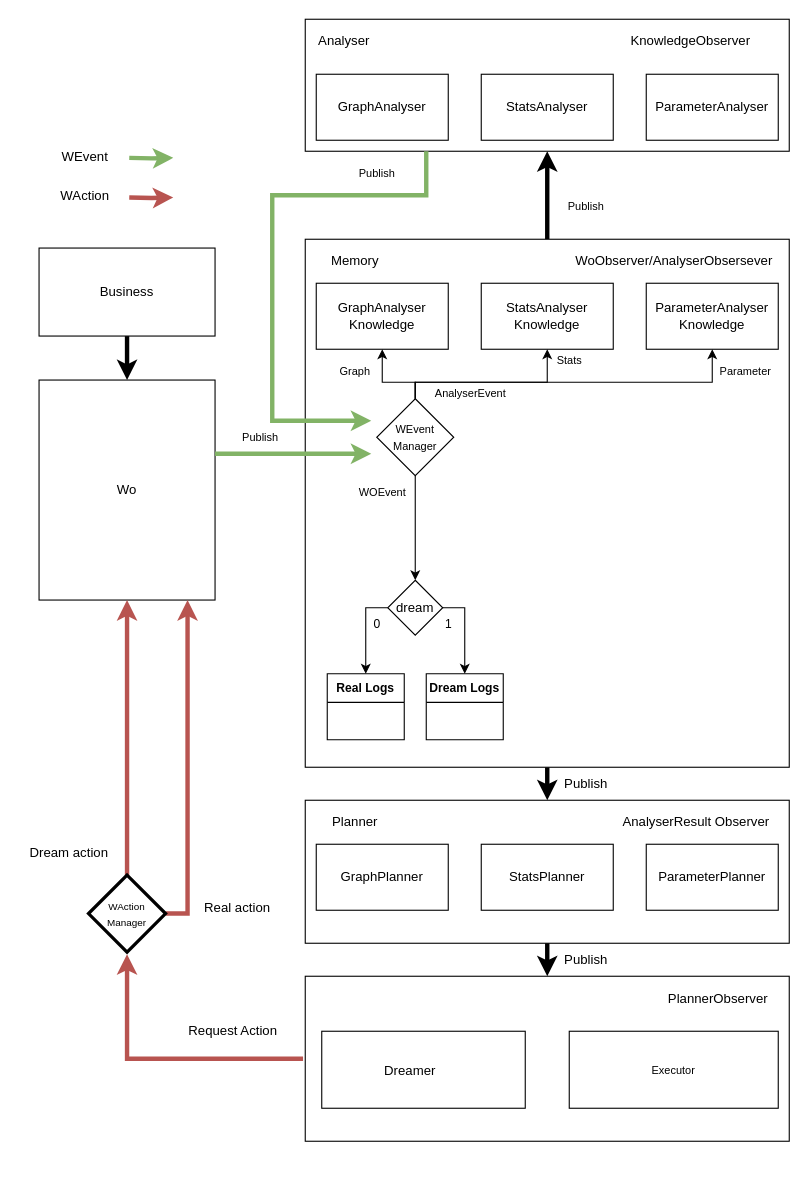
Sylv-Lej/thesis-separation-concerns keeps this draw.io diagram as fig/drawio/meta_model.drawio. Above is the earlier version. Source tidied: cells renumbered, new cells numbered last; positions are measured from the earlier drawing's top-left corner, leaving out a move shared by most shapes. Both pictures are drawn from the tidied source at 110%, with x=0, y=0 at pixel (19, 19).
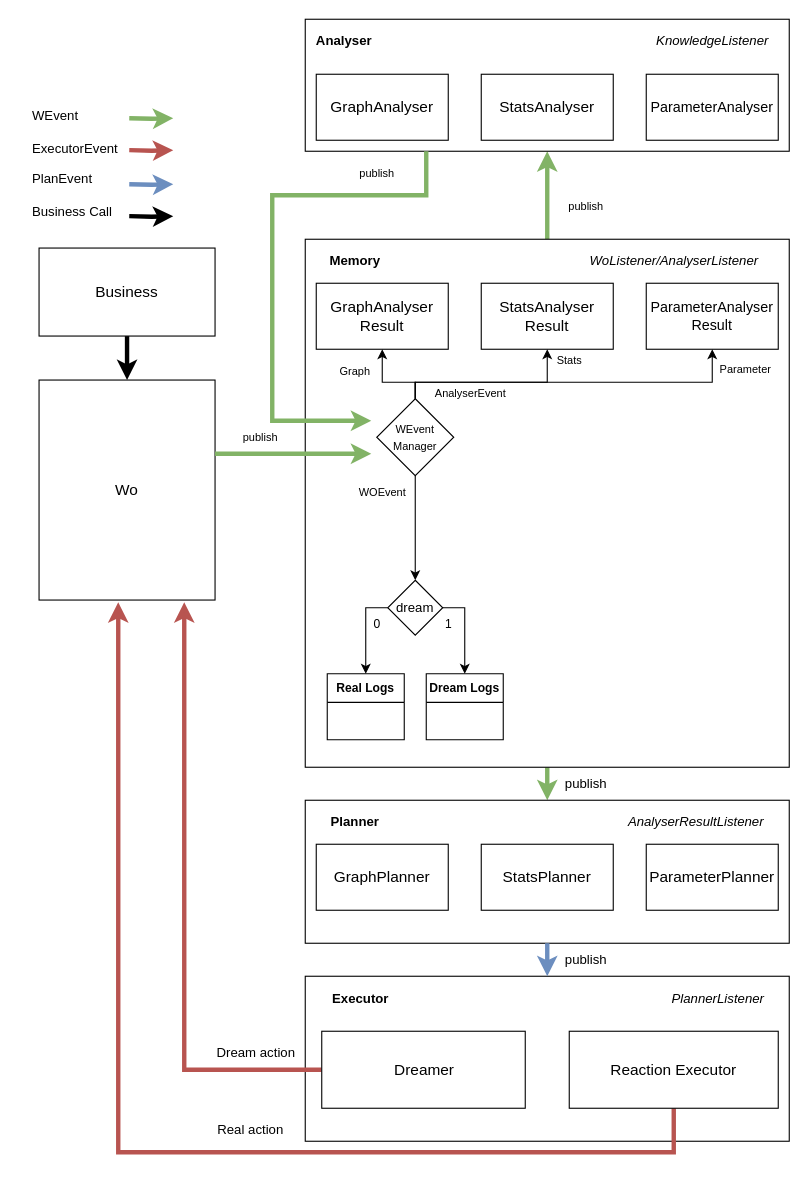
The same page after the edit.

Unchanged cells that the change refers to:
```xml
<mxCell id="8" style="rounded=0;whiteSpace=wrap;html=1;" parent="1" vertex="1">
  <mxGeometry x="260" y="200" width="440" height="480" as="geometry" />
</mxCell>
<mxCell id="10" style="rounded=0;whiteSpace=wrap;html=1;" parent="1" vertex="1">
  <mxGeometry x="260" width="440" height="120" as="geometry" />
</mxCell>
<mxCell id="47" style="rounded=0;whiteSpace=wrap;html=1;fontSize=10;" parent="1" vertex="1">
  <mxGeometry x="260" y="710" width="440" height="130" as="geometry" />
</mxCell>
<mxCell id="63" style="group;" parent="1" vertex="1">
  <mxGeometry x="275" y="920" width="185" height="70" as="geometry" />
</mxCell>
<mxCell id="64" style="rounded=0;whiteSpace=wrap;html=1;fontSize=10;" parent="63" vertex="1">
  <mxGeometry width="185" height="70" as="geometry" />
</mxCell>
```

What changed in the source:
```diff
@@
-    <mxCell id="3" value="Wo" style="rounded=0;whiteSpace=wrap;html=1;" parent="1" vertex="1">
+    <mxCell id="3" value="&lt;font style=&quot;font-size: 14px&quot;&gt;Wo&lt;/font&gt;" style="rounded=0;whiteSpace=wrap;html=1;" parent="1" vertex="1">
       <mxGeometry x="18" y="328" width="160" height="200" as="geometry" />
     </mxCell>
@@
-    <mxCell id="5" value="Business" style="rounded=0;whiteSpace=wrap;html=1;" parent="1" vertex="1">
+    <mxCell id="5" value="&lt;font style=&quot;font-size: 14px&quot;&gt;Business&lt;/font&gt;" style="rounded=0;whiteSpace=wrap;html=1;" parent="1" vertex="1">
       <mxGeometry x="18" y="208" width="160" height="80" as="geometry" />
     </mxCell>
-    <mxCell id="6" style="edgeStyle=orthogonalEdgeStyle;rounded=0;jettySize=auto;html=1;exitX=0.5;exitY=0;exitDx=0;exitDy=0;entryX=0.5;entryY=1;entryDx=0;entryDy=0;fontSize=30;strokeWidth=4;fillColor=#d5e8d4;strokeColor=#000000;" parent="1" edge="1" source="8" target="10">
+    <mxCell id="6" style="edgeStyle=orthogonalEdgeStyle;rounded=0;jettySize=auto;html=1;exitX=0.5;exitY=0;exitDx=0;exitDy=0;entryX=0.5;entryY=1;entryDx=0;entryDy=0;fontSize=30;strokeWidth=4;fillColor=#d5e8d4;strokeColor=#82b366;" parent="1" edge="1" source="8" target="10">
       <mxGeometry relative="1" as="geometry" />
     </mxCell>
-    <mxCell id="7" style="edgeStyle=orthogonalEdgeStyle;rounded=0;jettySize=auto;html=1;startArrow=none;startFill=0;endArrow=classic;endFill=1;strokeWidth=4;" parent="1" edge="1" source="8" target="47">
+    <mxCell id="7" style="edgeStyle=orthogonalEdgeStyle;rounded=0;jettySize=auto;html=1;startArrow=none;startFill=0;endArrow=classic;endFill=1;strokeWidth=4;fillColor=#d5e8d4;strokeColor=#82b366;" parent="1" edge="1" source="8" target="47">
       <mxGeometry relative="1" as="geometry" />
     </mxCell>
@@
-    <mxCell id="9" value="Memory" style="text;html=1;align=center;verticalAlign=middle;strokeColor=none;fillColor=none;" parent="1" vertex="1">
+    <mxCell id="9" value="&lt;b&gt;Memory&lt;/b&gt;" style="text;html=1;align=center;verticalAlign=middle;strokeColor=none;fillColor=none;" parent="1" vertex="1">
       <mxGeometry x="275" y="210" width="60" height="20" as="geometry" />
     </mxCell>
@@
-    <mxCell id="11" value="KnowledgeObserver" style="text;html=1;align=center;verticalAlign=middle;strokeColor=none;fillColor=none;" parent="1" vertex="1">
-      <mxGeometry x="550" y="10" width="120" height="20" as="geometry" />
+    <mxCell id="11" value="&lt;i&gt;KnowledgeListener&lt;/i&gt;" style="text;html=1;align=center;verticalAlign=middle;strokeColor=none;fillColor=none;" parent="1" vertex="1">
+      <mxGeometry x="570" y="10" width="120" height="20" as="geometry" />
     </mxCell>
-    <mxCell id="12" value="Analyser" style="text;html=1;align=center;verticalAlign=middle;strokeColor=none;fillColor=none;" parent="1" vertex="1">
-      <mxGeometry x="265" y="10" width="60" height="20" as="geometry" />
+    <mxCell id="12" value="&lt;b&gt;Analyser&lt;/b&gt;" style="text;html=1;align=center;verticalAlign=middle;strokeColor=none;fillColor=none;" parent="1" vertex="1">
+      <mxGeometry x="260" y="10" width="70" height="20" as="geometry" />
     </mxCell>
-    <mxCell id="13" value="GraphAnalyser" style="rounded=0;whiteSpace=wrap;html=1;" parent="1" vertex="1">
+    <mxCell id="13" value="&lt;font style=&quot;font-size: 14px&quot;&gt;GraphAnalyser&lt;/font&gt;" style="rounded=0;whiteSpace=wrap;html=1;" parent="1" vertex="1">
       <mxGeometry x="270" y="50" width="120" height="60" as="geometry" />
     </mxCell>
-    <mxCell id="14" value="StatsAnalyser" style="rounded=0;whiteSpace=wrap;html=1;" parent="1" vertex="1">
+    <mxCell id="14" value="&lt;font style=&quot;font-size: 14px&quot;&gt;StatsAnalyser&lt;/font&gt;" style="rounded=0;whiteSpace=wrap;html=1;" parent="1" vertex="1">
       <mxGeometry x="420" y="50" width="120" height="60" as="geometry" />
     </mxCell>
-    <mxCell id="15" value="ParameterAnalyser" style="rounded=0;whiteSpace=wrap;html=1;" parent="1" vertex="1">
+    <mxCell id="15" value="&lt;font style=&quot;font-size: 13px&quot;&gt;ParameterAnalyser&lt;/font&gt;" style="rounded=0;whiteSpace=wrap;html=1;" parent="1" vertex="1">
       <mxGeometry x="570" y="50" width="120" height="60" as="geometry" />
     </mxCell>
@@
     <mxCell id="19" style="edgeStyle=orthogonalEdgeStyle;rounded=0;orthogonalLoop=1;jettySize=auto;html=1;strokeWidth=4;fillColor=#d5e8d4;strokeColor=#82b366;" parent="1" edge="1">
       <mxGeometry relative="1" as="geometry">
-        <mxPoint x="100" y="126" as="sourcePoint" />
-        <mxPoint x="140" y="126" as="targetPoint" />
+        <mxPoint x="100" y="90" as="sourcePoint" />
+        <mxPoint x="140" y="90" as="targetPoint" />
       </mxGeometry>
     </mxCell>
-    <mxCell id="20" value="WEvent" style="text;html=1;strokeColor=none;fillColor=none;align=center;verticalAlign=middle;whiteSpace=wrap;rounded=0;" parent="1" vertex="1">
-      <mxGeometry x="30" y="110" width="60" height="30" as="geometry" />
+    <mxCell id="20" value="WEvent" style="text;html=1;strokeColor=none;fillColor=none;align=left;verticalAlign=middle;whiteSpace=wrap;rounded=0;" parent="1" vertex="1">
+      <mxGeometry x="10" y="73" width="60" height="30" as="geometry" />
     </mxCell>
@@
-    <mxCell id="26" value="GraphAnalyser&lt;br&gt;Knowledge" style="rounded=0;whiteSpace=wrap;html=1;" parent="1" vertex="1">
+    <mxCell id="26" value="&lt;font style=&quot;font-size: 14px&quot;&gt;GraphAnalyser&lt;br&gt;Result&lt;/font&gt;" style="rounded=0;whiteSpace=wrap;html=1;" parent="1" vertex="1">
       <mxGeometry x="270" y="240" width="120" height="60" as="geometry" />
     </mxCell>
-    <mxCell id="27" value="StatsAnalyser&lt;br&gt;Knowledge" style="rounded=0;whiteSpace=wrap;html=1;" parent="1" vertex="1">
+    <mxCell id="27" value="&lt;font style=&quot;font-size: 14px&quot;&gt;StatsAnalyser&lt;br&gt;Result&lt;/font&gt;" style="rounded=0;whiteSpace=wrap;html=1;" parent="1" vertex="1">
       <mxGeometry x="420" y="240" width="120" height="60" as="geometry" />
     </mxCell>
-    <mxCell id="28" value="ParameterAnalyser&lt;br&gt;Knowledge" style="rounded=0;whiteSpace=wrap;html=1;" parent="1" vertex="1">
+    <mxCell id="28" value="&lt;font style=&quot;font-size: 13px&quot;&gt;ParameterAnalyser&lt;br&gt;Result&lt;/font&gt;" style="rounded=0;whiteSpace=wrap;html=1;" parent="1" vertex="1">
       <mxGeometry x="570" y="240" width="120" height="60" as="geometry" />
     </mxCell>
@@
     <mxCell id="38" value="Parameter" style="text;html=1;align=center;verticalAlign=middle;strokeColor=none;fillColor=none;fontSize=10;" parent="1" vertex="1">
-      <mxGeometry x="630" y="310" width="60" height="20" as="geometry" />
+      <mxGeometry x="630" y="308" width="60" height="20" as="geometry" />
     </mxCell>
-    <mxCell id="39" style="edgeStyle=orthogonalEdgeStyle;rounded=0;orthogonalLoop=1;jettySize=auto;html=1;fontSize=10;strokeColor=#b85450;strokeWidth=4;exitX=0;exitY=0.5;exitDx=0;exitDy=0;fillColor=#f8cecc;" parent="1" edge="1">
-      <mxGeometry relative="1" as="geometry">
-        <mxPoint x="258" y="945" as="sourcePoint" />
-        <mxPoint x="98" y="850" as="targetPoint" />
-        <Array as="points">
-          <mxPoint x="98" y="945" />
-        </Array>
-      </mxGeometry>
-    </mxCell>
-    <mxCell id="40" value="PlannerObserver" style="text;html=1;align=center;verticalAlign=middle;strokeColor=none;fillColor=none;" parent="1" vertex="1">
-      <mxGeometry x="580" y="881" width="110" height="20" as="geometry" />
+    <mxCell id="40" value="&lt;i&gt;PlannerListener&lt;/i&gt;" style="text;html=1;align=center;verticalAlign=middle;strokeColor=none;fillColor=none;" parent="1" vertex="1">
+      <mxGeometry x="585" y="881" width="100" height="20" as="geometry" />
     </mxCell>
-    <mxCell id="41" value="WAction" style="text;html=1;strokeColor=none;fillColor=none;align=center;verticalAlign=middle;whiteSpace=wrap;rounded=0;" parent="1" vertex="1">
-      <mxGeometry x="30" y="146" width="60" height="30" as="geometry" />
+    <mxCell id="41" value="ExecutorEvent" style="text;html=1;strokeColor=none;fillColor=none;align=left;verticalAlign=middle;whiteSpace=wrap;rounded=0;" parent="1" vertex="1">
+      <mxGeometry x="10" y="103" width="90" height="30" as="geometry" />
     </mxCell>
     <mxCell id="42" style="edgeStyle=orthogonalEdgeStyle;rounded=0;orthogonalLoop=1;jettySize=auto;html=1;strokeWidth=4;fillColor=#f8cecc;strokeColor=#b85450;" parent="1" edge="1">
       <mxGeometry relative="1" as="geometry">
-        <mxPoint x="100" y="162" as="sourcePoint" />
-        <mxPoint x="140" y="162" as="targetPoint" />
+        <mxPoint x="100" y="119" as="sourcePoint" />
+        <mxPoint x="140" y="119" as="targetPoint" />
       </mxGeometry>
     </mxCell>
-    <mxCell id="43" value="Publish" style="text;html=1;align=center;verticalAlign=middle;strokeColor=none;fillColor=none;fontSize=10;" parent="1" vertex="1">
+    <mxCell id="43" value="publish" style="text;html=1;align=center;verticalAlign=middle;strokeColor=none;fillColor=none;fontSize=10;" parent="1" vertex="1">
       <mxGeometry x="490" y="160" width="50" height="20" as="geometry" />
     </mxCell>
-    <mxCell id="44" value="Publish" style="text;html=1;align=center;verticalAlign=middle;strokeColor=none;fillColor=none;fontSize=10;" parent="1" vertex="1">
+    <mxCell id="44" value="publish" style="text;html=1;align=center;verticalAlign=middle;strokeColor=none;fillColor=none;fontSize=10;" parent="1" vertex="1">
       <mxGeometry x="194" y="370" width="50" height="20" as="geometry" />
     </mxCell>
-    <mxCell id="45" value="&lt;font style=&quot;font-size: 12px&quot;&gt;Request Action&lt;/font&gt;" style="text;html=1;align=center;verticalAlign=middle;strokeColor=none;fillColor=none;fontSize=10;" parent="1" vertex="1">
-      <mxGeometry x="144" y="910" width="100" height="20" as="geometry" />
-    </mxCell>
@@
-    <mxCell id="48" value="AnalyserResult Observer" style="text;html=1;align=center;verticalAlign=middle;strokeColor=none;fillColor=none;" parent="1" vertex="1">
-      <mxGeometry x="540" y="720" width="150" height="20" as="geometry" />
+    <mxCell id="48" value="&lt;i&gt;AnalyserResultListener&lt;/i&gt;" style="text;html=1;align=center;verticalAlign=middle;strokeColor=none;fillColor=none;" parent="1" vertex="1">
+      <mxGeometry x="545" y="720" width="140" height="20" as="geometry" />
     </mxCell>
-    <mxCell id="49" value="ParameterPlanner" style="rounded=0;whiteSpace=wrap;html=1;" parent="1" vertex="1">
+    <mxCell id="49" value="&lt;font style=&quot;font-size: 14px&quot;&gt;ParameterPlanner&lt;/font&gt;" style="rounded=0;whiteSpace=wrap;html=1;" parent="1" vertex="1">
       <mxGeometry x="570" y="750" width="120" height="60" as="geometry" />
     </mxCell>
-    <mxCell id="50" value="StatsPlanner" style="rounded=0;whiteSpace=wrap;html=1;" parent="1" vertex="1">
+    <mxCell id="50" value="&lt;font style=&quot;font-size: 14px&quot;&gt;StatsPlanner&lt;/font&gt;" style="rounded=0;whiteSpace=wrap;html=1;" parent="1" vertex="1">
       <mxGeometry x="420" y="750" width="120" height="60" as="geometry" />
     </mxCell>
-    <mxCell id="51" value="GraphPlanner" style="rounded=0;whiteSpace=wrap;html=1;" parent="1" vertex="1">
+    <mxCell id="51" value="&lt;font style=&quot;font-size: 14px&quot;&gt;GraphPlanner&lt;/font&gt;" style="rounded=0;whiteSpace=wrap;html=1;" parent="1" vertex="1">
       <mxGeometry x="270" y="750" width="120" height="60" as="geometry" />
     </mxCell>
-    <mxCell id="52" value="Publish" style="text;html=1;align=center;verticalAlign=middle;strokeColor=none;" parent="1" vertex="1">
+    <mxCell id="52" value="publish" style="text;html=1;align=center;verticalAlign=middle;strokeColor=none;" parent="1" vertex="1">
       <mxGeometry x="490" y="685" width="50" height="20" as="geometry" />
     </mxCell>
-    <mxCell id="53" value="Planner" style="text;html=1;align=center;verticalAlign=middle;strokeColor=none;fillColor=none;" parent="1" vertex="1">
+    <mxCell id="53" value="&lt;b&gt;Planner&lt;/b&gt;" style="text;html=1;align=center;verticalAlign=middle;strokeColor=none;fillColor=none;" parent="1" vertex="1">
       <mxGeometry x="275" y="720" width="60" height="20" as="geometry" />
     </mxCell>
-    <mxCell id="54" value="WoObserver/AnalyserObsersever" style="text;html=1;align=center;verticalAlign=middle;strokeColor=none;fillColor=none;" parent="1" vertex="1">
-      <mxGeometry x="500" y="210" width="190" height="20" as="geometry" />
+    <mxCell id="54" value="&lt;i&gt;WoListener/AnalyserListener&lt;/i&gt;" style="text;html=1;align=center;verticalAlign=middle;strokeColor=none;fillColor=none;" parent="1" vertex="1">
+      <mxGeometry x="510" y="210" width="170" height="20" as="geometry" />
     </mxCell>
-    <mxCell id="55" value="Publish" style="text;html=1;align=center;verticalAlign=middle;strokeColor=none;fillColor=none;fontSize=10;" parent="1" vertex="1">
+    <mxCell id="55" value="publish" style="text;html=1;align=center;verticalAlign=middle;strokeColor=none;fillColor=none;fontSize=10;" parent="1" vertex="1">
       <mxGeometry x="300" y="130" width="50" height="20" as="geometry" />
     </mxCell>
-    <mxCell id="56" style="edgeStyle=orthogonalEdgeStyle;rounded=0;jettySize=auto;html=1;startArrow=none;startFill=0;endArrow=classic;endFill=1;strokeWidth=4;fillColor=#f8cecc;strokeColor=#b85450;" parent="1" edge="1" source="58">
+    <mxCell id="56" style="edgeStyle=orthogonalEdgeStyle;rounded=0;jettySize=auto;html=1;startArrow=none;startFill=0;endArrow=classic;endFill=1;strokeWidth=4;fillColor=#f8cecc;strokeColor=#b85450;exitX=0;exitY=0.5;exitDx=0;exitDy=0;" parent="1" edge="1" source="64">
       <mxGeometry relative="1" as="geometry">
-        <mxPoint x="98" y="528" as="targetPoint" />
+        <mxPoint x="150" y="530" as="targetPoint" />
+        <Array as="points">
+          <mxPoint x="150" y="955" />
+        </Array>
       </mxGeometry>
     </mxCell>
-    <mxCell id="57" style="edgeStyle=orthogonalEdgeStyle;rounded=0;jettySize=auto;html=1;exitX=1;exitY=0.5;exitDx=0;exitDy=0;startArrow=none;startFill=0;endArrow=classic;endFill=1;strokeWidth=4;fillColor=#f8cecc;strokeColor=#b85450;" parent="1" edge="1" source="58">
+    <mxCell id="57" style="edgeStyle=orthogonalEdgeStyle;rounded=0;jettySize=auto;html=1;startArrow=none;startFill=0;endArrow=classic;endFill=1;strokeWidth=4;fillColor=#f8cecc;strokeColor=#b85450;exitX=0.5;exitY=1;exitDx=0;exitDy=0;" parent="1" edge="1" source="66">
       <mxGeometry relative="1" as="geometry">
-        <mxPoint x="153" y="528" as="targetPoint" />
+        <mxPoint x="90" y="530" as="targetPoint" />
         <Array as="points">
-          <mxPoint x="153" y="813" />
+          <mxPoint x="595" y="1030" />
+          <mxPoint x="90" y="1030" />
         </Array>
       </mxGeometry>
     </mxCell>
-    <mxCell id="58" value="&lt;font style=&quot;font-size: 9px&quot;&gt;WAction&lt;br&gt;Manager&lt;/font&gt;" style="rhombus;whiteSpace=wrap;html=1;fontSize=12;strokeWidth=3;" parent="1" vertex="1">
-      <mxGeometry x="63" y="778" width="70" height="70" as="geometry" />
-    </mxCell>
     <mxCell id="59" value="Dream action" style="text;html=1;align=center;verticalAlign=middle;strokeColor=none;" parent="1" vertex="1">
-      <mxGeometry y="748" width="90" height="20" as="geometry" />
+      <mxGeometry x="170" y="930" width="90" height="20" as="geometry" />
     </mxCell>
     <mxCell id="60" value="Real action" style="text;html=1;align=center;verticalAlign=middle;strokeColor=none;" parent="1" vertex="1">
-      <mxGeometry x="158" y="798" width="80" height="20" as="geometry" />
+      <mxGeometry x="170" y="1000" width="80" height="20" as="geometry" />
     </mxCell>
-    <mxCell id="61" style="edgeStyle=orthogonalEdgeStyle;rounded=0;orthogonalLoop=1;jettySize=auto;html=1;startArrow=none;startFill=0;endArrow=classic;endFill=1;strokeWidth=4;" parent="1" edge="1">
+    <mxCell id="61" style="edgeStyle=orthogonalEdgeStyle;rounded=0;orthogonalLoop=1;jettySize=auto;html=1;startArrow=none;startFill=0;endArrow=classic;endFill=1;strokeWidth=4;fillColor=#dae8fc;strokeColor=#6c8ebf;" parent="1" edge="1">
       <mxGeometry relative="1" as="geometry">
         <mxPoint x="480" y="840" as="sourcePoint" />
         <mxPoint x="480" y="870" as="targetPoint" />
       </mxGeometry>
     </mxCell>
-    <mxCell id="62" value="Publish" style="text;html=1;align=center;verticalAlign=middle;strokeColor=none;" parent="1" vertex="1">
+    <mxCell id="62" value="publish" style="text;html=1;align=center;verticalAlign=middle;strokeColor=none;" parent="1" vertex="1">
       <mxGeometry x="490" y="845" width="50" height="20" as="geometry" />
     </mxCell>
@@
-    <mxCell id="65" value="Dreamer" style="text;html=1;align=center;verticalAlign=middle;strokeColor=none;fillColor=none;" parent="63" vertex="1">
-      <mxGeometry x="49.8" y="26.2" width="60" height="20" as="geometry" />
+    <mxCell id="65" value="&lt;font style=&quot;font-size: 14px&quot;&gt;Dreamer&lt;/font&gt;" style="text;html=1;align=center;verticalAlign=middle;strokeColor=none;fillColor=none;" parent="63" vertex="1">
+      <mxGeometry x="57.5" y="25" width="70" height="20" as="geometry" />
     </mxCell>
-    <mxCell id="66" value="Executor" style="rounded=0;whiteSpace=wrap;html=1;fontSize=10;" parent="1" vertex="1">
+    <mxCell id="66" value="&lt;font style=&quot;font-size: 14px&quot;&gt;Reaction Executor&lt;/font&gt;" style="rounded=0;whiteSpace=wrap;html=1;fontSize=10;" parent="1" vertex="1">
       <mxGeometry x="500" y="920" width="190" height="70" as="geometry" />
     </mxCell>
+    <mxCell id="67" value="&lt;b&gt;Executor&lt;/b&gt;" style="text;html=1;align=center;verticalAlign=middle;strokeColor=none;fillColor=none;" parent="1" vertex="1">
+      <mxGeometry x="275" y="881" width="70" height="20" as="geometry" />
+    </mxCell>
+    <mxCell id="68" value="PlanEvent" style="text;html=1;strokeColor=none;fillColor=none;align=left;verticalAlign=middle;whiteSpace=wrap;rounded=0;" parent="1" vertex="1">
+      <mxGeometry x="10" y="130" width="60" height="30" as="geometry" />
+    </mxCell>
+    <mxCell id="69" style="edgeStyle=orthogonalEdgeStyle;rounded=0;orthogonalLoop=1;jettySize=auto;html=1;strokeWidth=4;fillColor=#dae8fc;strokeColor=#6c8ebf;" parent="1" edge="1">
+      <mxGeometry relative="1" as="geometry">
+        <mxPoint x="100" y="150" as="sourcePoint" />
+        <mxPoint x="140" y="150" as="targetPoint" />
+      </mxGeometry>
+    </mxCell>
+    <mxCell id="70" style="edgeStyle=orthogonalEdgeStyle;rounded=0;orthogonalLoop=1;jettySize=auto;html=1;strokeWidth=4;fillColor=#f8cecc;strokeColor=#000000;" parent="1" edge="1">
+      <mxGeometry relative="1" as="geometry">
+        <mxPoint x="100" y="179" as="sourcePoint" />
+        <mxPoint x="140" y="179" as="targetPoint" />
+      </mxGeometry>
+    </mxCell>
+    <mxCell id="71" value="Business Call" style="text;html=1;strokeColor=none;fillColor=none;align=left;verticalAlign=middle;whiteSpace=wrap;rounded=0;" parent="1" vertex="1">
+      <mxGeometry x="10" y="160" width="80" height="30" as="geometry" />
+    </mxCell>
```
